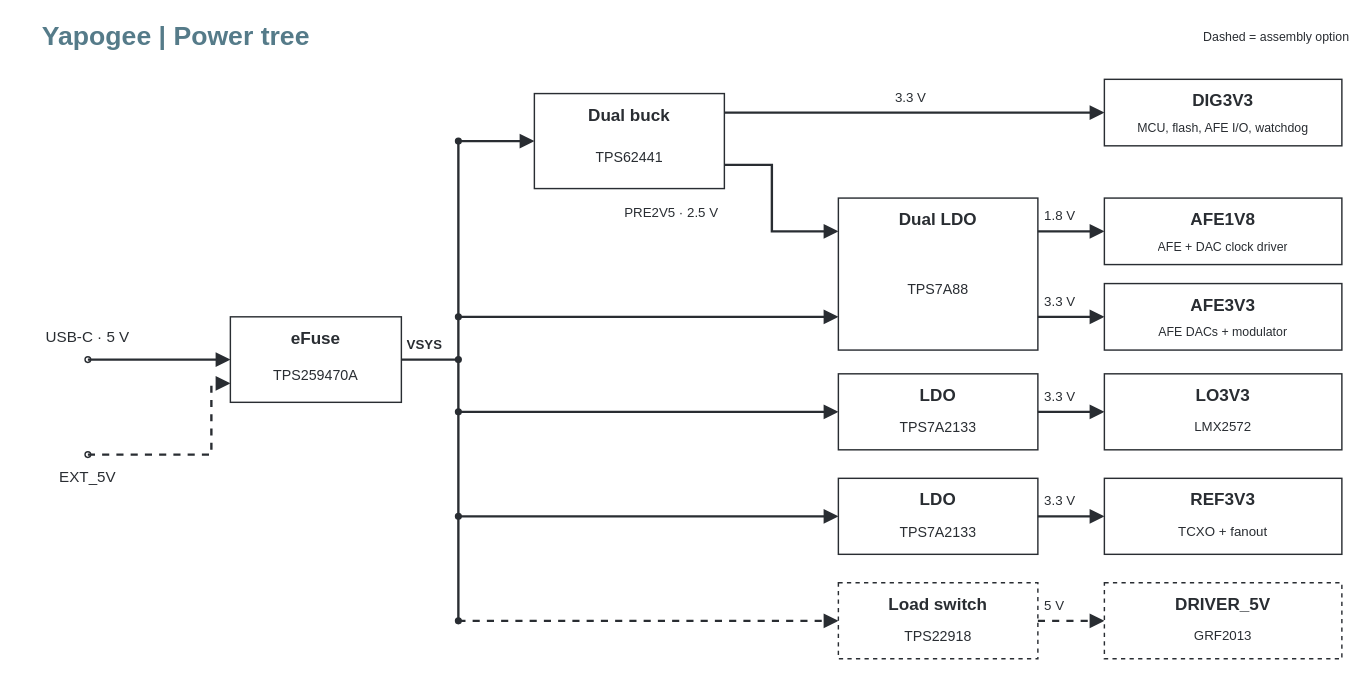
Above: page "Power tree" (3 of 3) of hardware/devboard/architecture/architecture.drawio in Rivercraft911/yapogee (draw.io), before the change. Source tidied: cells renumbered, new cells numbered last; positions are measured from the earlier drawing's top-left corner, leaving out a move shared by most shapes. Both pictures are drawn from the tidied source at 95%, with x=0, y=0 at pixel (16, 16).
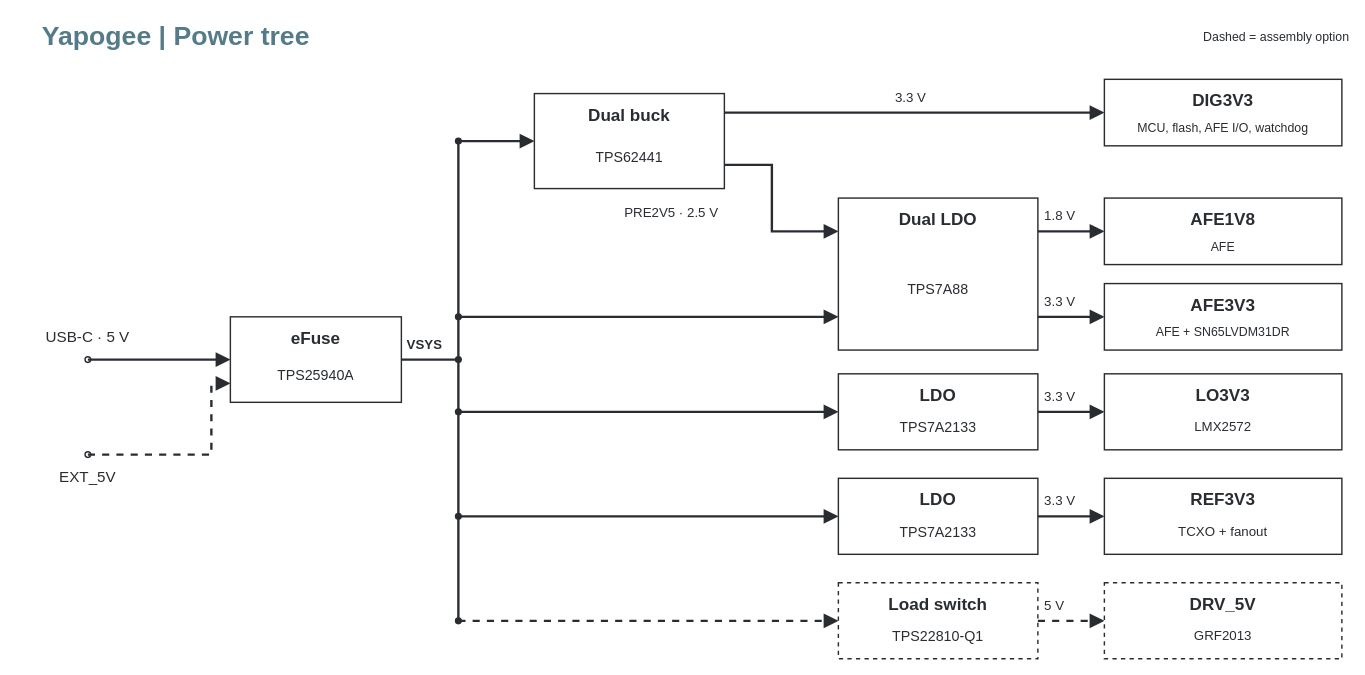
The same diagram, later.

Unchanged cells that the change refers to:
```xml
<mxCell id="8" style="group;html=0;" parent="1" vertex="1">
  <mxGeometry x="225" y="316" width="180" height="90" as="geometry" />
</mxCell>
<mxCell id="38" style="group;html=0;" parent="1" vertex="1">
  <mxGeometry x="1145" y="191" width="250" height="70" as="geometry" />
</mxCell>
<mxCell id="44" style="group;html=0;" parent="1" vertex="1">
  <mxGeometry x="1145" y="281" width="250" height="70" as="geometry" />
</mxCell>
<mxCell id="74" style="group;html=0;" parent="1" vertex="1">
  <mxGeometry x="865" y="596" width="210" height="80" as="geometry" />
</mxCell>
<mxCell id="78" style="group;html=0;" parent="1" vertex="1">
  <mxGeometry x="1145" y="596" width="250" height="80" as="geometry" />
</mxCell>
```

The edit, as a diff of the source:
```diff
@@
-    <mxCell id="11" value="TPS259470A" style="text;html=0;whiteSpace=wrap;overflow=hidden;rounded=0;fillColor=none;strokeColor=none;fontFamily=Arial;fontSize=15;fontColor=#292d32;fontStyle=0;align=center;verticalAlign=middle;spacing=0;" parent="8" vertex="1">
+    <mxCell id="11" value="TPS25940A" style="text;html=0;whiteSpace=wrap;overflow=hidden;rounded=0;fillColor=none;strokeColor=none;fontFamily=Arial;fontSize=15;fontColor=#292d32;fontStyle=0;align=center;verticalAlign=middle;spacing=0;" parent="8" vertex="1">
       <mxGeometry x="12" y="42" width="156" height="38" as="geometry" />
     </mxCell>
@@
-    <mxCell id="41" value="AFE + DAC clock driver" style="text;html=0;whiteSpace=wrap;overflow=hidden;rounded=0;fillColor=none;strokeColor=none;fontFamily=Arial;fontSize=13;fontColor=#292d32;fontStyle=0;align=center;verticalAlign=middle;spacing=0;" parent="38" vertex="1">
+    <mxCell id="41" value="AFE" style="text;html=0;whiteSpace=wrap;overflow=hidden;rounded=0;fillColor=none;strokeColor=none;fontFamily=Arial;fontSize=13;fontColor=#292d32;fontStyle=0;align=center;verticalAlign=middle;spacing=0;" parent="38" vertex="1">
       <mxGeometry x="12" y="42" width="226" height="18" as="geometry" />
     </mxCell>
@@
-    <mxCell id="47" value="AFE DACs + modulator" style="text;html=0;whiteSpace=wrap;overflow=hidden;rounded=0;fillColor=none;strokeColor=none;fontFamily=Arial;fontSize=13;fontColor=#292d32;fontStyle=0;align=center;verticalAlign=middle;spacing=0;" parent="44" vertex="1">
+    <mxCell id="47" value="AFE + SN65LVDM31DR" style="text;html=0;whiteSpace=wrap;overflow=hidden;rounded=0;fillColor=none;strokeColor=none;fontFamily=Arial;fontSize=13;fontColor=#292d32;fontStyle=0;align=center;verticalAlign=middle;spacing=0;" parent="44" vertex="1">
       <mxGeometry x="12" y="42" width="226" height="18" as="geometry" />
     </mxCell>
@@
-    <mxCell id="77" value="TPS22918" style="text;html=0;whiteSpace=wrap;overflow=hidden;rounded=0;fillColor=none;strokeColor=none;fontFamily=Arial;fontSize=15;fontColor=#292d32;fontStyle=0;align=center;verticalAlign=middle;spacing=0;" parent="74" vertex="1">
+    <mxCell id="77" value="TPS22810-Q1" style="text;html=0;whiteSpace=wrap;overflow=hidden;rounded=0;fillColor=none;strokeColor=none;fontFamily=Arial;fontSize=15;fontColor=#292d32;fontStyle=0;align=center;verticalAlign=middle;spacing=0;" parent="74" vertex="1">
       <mxGeometry x="12" y="42" width="186" height="28" as="geometry" />
     </mxCell>
@@
-    <mxCell id="80" value="DRIVER_5V" style="text;html=0;whiteSpace=wrap;overflow=hidden;rounded=0;fillColor=none;strokeColor=none;fontFamily=Arial;fontSize=18;fontColor=#292d32;fontStyle=1;align=center;verticalAlign=middle;spacing=0;" parent="78" vertex="1">
+    <mxCell id="80" value="DRV_5V" style="text;html=0;whiteSpace=wrap;overflow=hidden;rounded=0;fillColor=none;strokeColor=none;fontFamily=Arial;fontSize=18;fontColor=#292d32;fontStyle=1;align=center;verticalAlign=middle;spacing=0;" parent="78" vertex="1">
       <mxGeometry x="10" y="10" width="230" height="25" as="geometry" />
     </mxCell>
```
